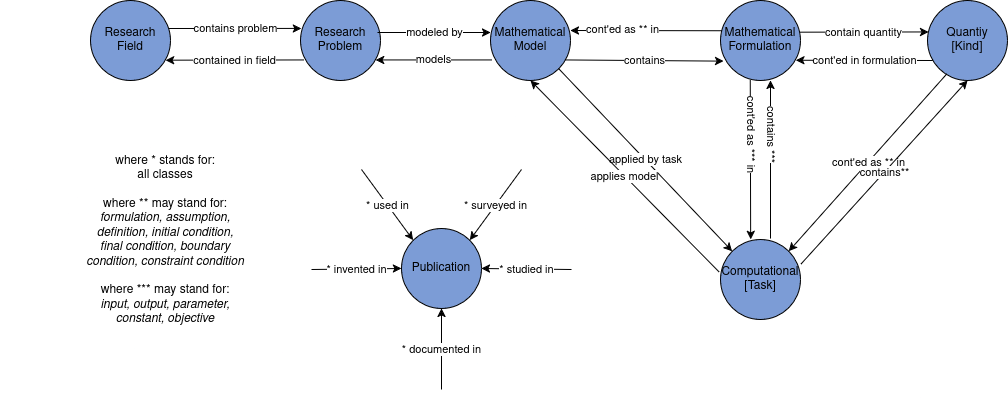
The draw.io diagram docs/customSections/images/MathModDB.png in MaRDI4NFDI/MathModDB, before a commit. Source tidied: cells renumbered, new cells last; positions are measured from the earlier drawing's top-left corner, leaving out a move shared by most shapes.
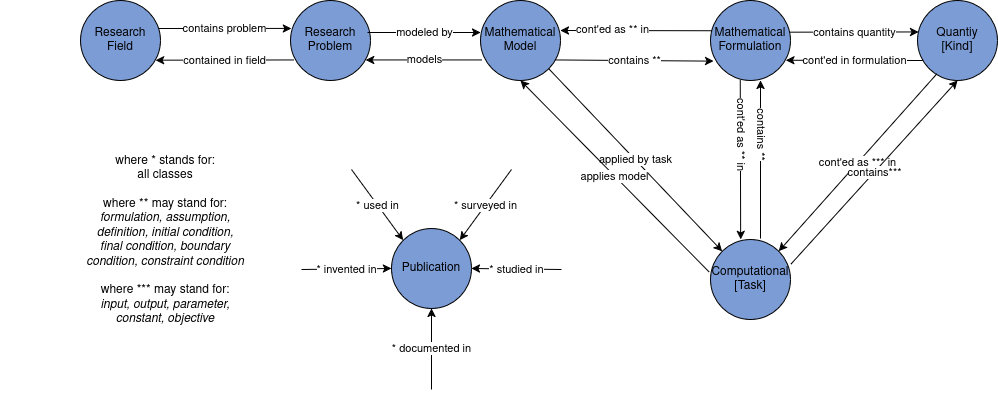
After the commit.

Change to the diagram source:
```diff
@@ -36,13 +36,13 @@
     <mxCell id="11" value="models" style="endArrow=classic;html=1;rounded=0;entryX=0.938;entryY=0.743;entryDx=0;entryDy=0;entryPerimeter=0;exitX=0.018;exitY=0.743;exitDx=0;exitDy=0;exitPerimeter=0;" parent="1" edge="1" source="4" target="3">
       <mxGeometry relative="1" as="geometry" />
     </mxCell>
-    <mxCell id="12" value="contains" style="endArrow=classic;html=1;rounded=0;exitX=0.938;exitY=0.743;exitDx=0;exitDy=0;entryX=0.04;entryY=0.758;entryDx=0;entryDy=0;entryPerimeter=0;exitPerimeter=0;" parent="1" edge="1" source="4" target="5">
+    <mxCell id="12" value="contains **" style="endArrow=classic;html=1;rounded=0;exitX=0.938;exitY=0.743;exitDx=0;exitDy=0;entryX=0.04;entryY=0.758;entryDx=0;entryDy=0;entryPerimeter=0;exitPerimeter=0;" parent="1" edge="1" source="4" target="5">
       <mxGeometry relative="1" as="geometry" />
     </mxCell>
     <mxCell id="13" value="cont'ed as ** in" style="endArrow=classic;html=1;rounded=0;exitX=0.015;exitY=0.378;exitDx=0;exitDy=0;exitPerimeter=0;entryX=1;entryY=0.375;entryDx=0;entryDy=0;entryPerimeter=0;" parent="1" edge="1" source="5" target="4">
       <mxGeometry x="0.31" y="-1" relative="1" as="geometry" />
     </mxCell>
-    <mxCell id="14" value="contain quantity" style="endArrow=classic;html=1;rounded=0;exitX=0.99;exitY=0.396;exitDx=0;exitDy=0;exitPerimeter=0;entryX=0.015;entryY=0.393;entryDx=0;entryDy=0;entryPerimeter=0;" parent="1" edge="1" source="5" target="6">
+    <mxCell id="14" value="contains quantity" style="endArrow=classic;html=1;rounded=0;exitX=0.99;exitY=0.396;exitDx=0;exitDy=0;exitPerimeter=0;entryX=0.015;entryY=0.393;entryDx=0;entryDy=0;entryPerimeter=0;" parent="1" edge="1" source="5" target="6">
       <mxGeometry relative="1" as="geometry" />
     </mxCell>
     <mxCell id="15" value="cont'ed in formulation" style="endArrow=classic;html=1;rounded=0;entryX=0.941;entryY=0.747;entryDx=0;entryDy=0;entryPerimeter=0;exitX=0.067;exitY=0.75;exitDx=0;exitDy=0;exitPerimeter=0;" parent="1" edge="1" source="6" target="5">
@@ -54,16 +54,16 @@
     <mxCell id="17" value="applies model" style="endArrow=classic;html=1;rounded=0;exitX=-0.019;exitY=0.404;exitDx=0;exitDy=0;exitPerimeter=0;entryX=0.5;entryY=1;entryDx=0;entryDy=0;" parent="1" edge="1" source="7" target="4">
       <mxGeometry relative="1" as="geometry" />
     </mxCell>
-    <mxCell id="18" value="cont'ed as *** in" style="endArrow=classic;html=1;rounded=0;exitX=0.372;exitY=0.993;exitDx=0;exitDy=0;exitPerimeter=0;entryX=0.377;entryY=-0.002;entryDx=0;entryDy=0;entryPerimeter=0;textDirection=vertical-rl;" parent="1" edge="1" source="5" target="7">
+    <mxCell id="18" value="cont'ed as ** in" style="endArrow=classic;html=1;rounded=0;exitX=0.372;exitY=0.993;exitDx=0;exitDy=0;exitPerimeter=0;entryX=0.377;entryY=-0.002;entryDx=0;entryDy=0;entryPerimeter=0;textDirection=vertical-rl;" parent="1" edge="1" source="5" target="7">
       <mxGeometry relative="1" as="geometry" />
     </mxCell>
-    <mxCell id="19" value="contains ***" style="endArrow=classic;html=1;rounded=0;exitX=0.625;exitY=-0.012;exitDx=0;exitDy=0;exitPerimeter=0;entryX=0.625;entryY=1;entryDx=0;entryDy=0;entryPerimeter=0;textDirection=vertical-lr;" parent="1" edge="1" source="7" target="5">
+    <mxCell id="19" value="contains **" style="endArrow=classic;html=1;rounded=0;exitX=0.625;exitY=-0.012;exitDx=0;exitDy=0;exitPerimeter=0;entryX=0.625;entryY=1;entryDx=0;entryDy=0;entryPerimeter=0;textDirection=vertical-lr;" parent="1" edge="1" source="7" target="5">
       <mxGeometry relative="1" as="geometry" />
     </mxCell>
-    <mxCell id="20" value="cont'ed as ** in" style="endArrow=classic;html=1;rounded=0;exitX=0.241;exitY=0.918;exitDx=0;exitDy=0;exitPerimeter=0;entryX=1;entryY=0;entryDx=0;entryDy=0;" parent="1" edge="1" source="6" target="7">
+    <mxCell id="20" value="cont'ed as *** in" style="endArrow=classic;html=1;rounded=0;exitX=0.241;exitY=0.918;exitDx=0;exitDy=0;exitPerimeter=0;entryX=1;entryY=0;entryDx=0;entryDy=0;" parent="1" edge="1" source="6" target="7">
       <mxGeometry relative="1" as="geometry" />
     </mxCell>
-    <mxCell id="21" value="contains**" style="endArrow=classic;html=1;rounded=0;entryX=0.5;entryY=1;entryDx=0;entryDy=0;exitX=1.005;exitY=0.308;exitDx=0;exitDy=0;exitPerimeter=0;" parent="1" edge="1" source="7" target="6">
+    <mxCell id="21" value="contains***" style="endArrow=classic;html=1;rounded=0;entryX=0.5;entryY=1;entryDx=0;entryDy=0;exitX=1.005;exitY=0.308;exitDx=0;exitDy=0;exitPerimeter=0;" parent="1" edge="1" source="7" target="6">
       <mxGeometry relative="1" as="geometry" />
     </mxCell>
     <mxCell id="22" value="Publication" style="ellipse;whiteSpace=wrap;html=1;fillColor=#7c9cd6;" parent="1" vertex="1">
@@ -94,8 +94,8 @@
         <mxPoint x="521" y="169" as="sourcePoint" />
       </mxGeometry>
     </mxCell>
-    <mxCell id="28" value="where * stands for:&lt;br&gt;&lt;div&gt;all classes&lt;/div&gt;&lt;div&gt;&lt;br&gt;&lt;/div&gt;where ** may stand for:&lt;br&gt;&lt;i&gt;formulation, assumption,&lt;br&gt;definition, initial condition,&lt;br&gt;final condition, boundary&lt;br&gt;condition, constraint condition&lt;br&gt;&lt;/i&gt;&lt;div&gt;&lt;br&gt;&lt;/div&gt;&lt;div&gt;where *** may stand for:&lt;/div&gt;&lt;i&gt;input, output, parameter,&lt;br&gt;constant, objective&lt;/i&gt;" style="text;html=1;align=center;verticalAlign=middle;whiteSpace=wrap;rounded=0;" parent="1" vertex="1">
-      <mxGeometry y="130" width="330" height="220" as="geometry" />
+    <mxCell id="28" value="where * stands for:&lt;br&gt;&lt;div&gt;all classes&lt;/div&gt;&lt;div&gt;&lt;br&gt;&lt;/div&gt;where ** may stand for:&lt;br&gt;&lt;i&gt;formulation, assumption,&lt;br&gt;definition, initial condition,&lt;br&gt;final condition, boundary&lt;br&gt;condition, constraint condition&lt;br&gt;&lt;/i&gt;&lt;div&gt;&lt;br&gt;&lt;/div&gt;&lt;div&gt;where *** may stand for:&lt;/div&gt;&lt;i&gt;input, output, parameter,&lt;br&gt;constant, objective&lt;br&gt;&lt;/i&gt;" style="text;html=1;align=center;verticalAlign=middle;whiteSpace=wrap;rounded=0;" parent="1" vertex="1">
+      <mxGeometry x="10" y="130" width="330" height="220" as="geometry" />
     </mxCell>
   </root>
 </mxGraphModel>
```
